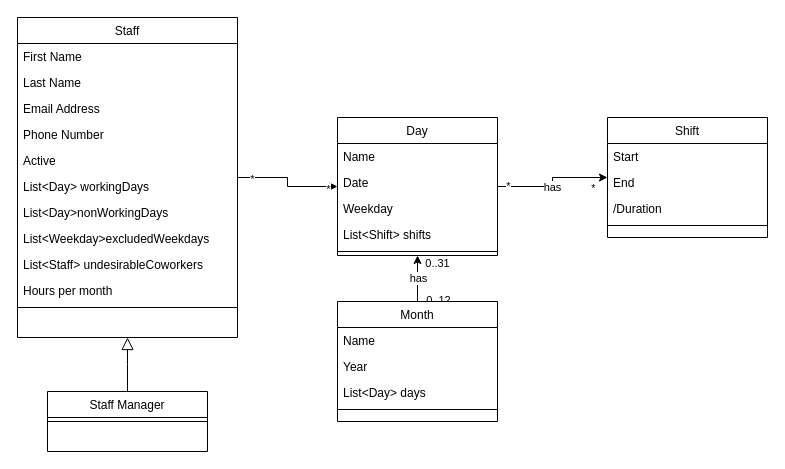
The draw.io diagram Planner.drawio in Henchway/Planner, before the edit. Source tidied: cells renumbered, new cells numbered last; positions are measured from the earlier drawing's top-left corner, leaving out a move shared by most shapes. Both pictures are drawn from the tidied source at 100%, with x=0, y=0 at pixel (17, 17).
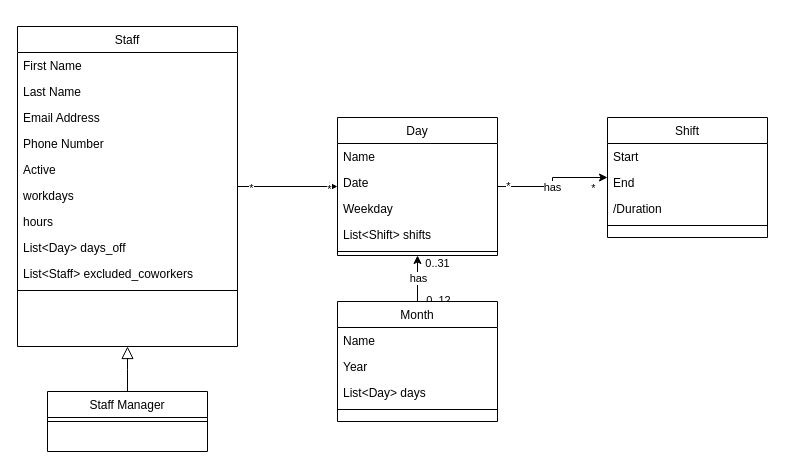
The same page after the edit.

The edit, as a diff of the source:
```diff
@@
     <mxCell id="5" value="Staff" style="swimlane;fontStyle=0;align=center;verticalAlign=top;horizontal=1;startSize=26;rounded=0;shadow=0;strokeWidth=1;" parent="1" vertex="1">
-      <mxGeometry width="220" height="320" as="geometry" />
+      <mxGeometry y="9" width="220" height="320" as="geometry" />
     </mxCell>
@@
-    <mxCell id="11" value="List&lt;Day&gt; workingDays" style="text;align=left;verticalAlign=top;spacingLeft=4;spacingRight=4;overflow=hidden;rounded=0;shadow=0;html=0;" parent="5" vertex="1">
-      <mxGeometry y="156" width="220" height="26" as="geometry" />
-    </mxCell>
+    <mxCell id="13" value="workdays" style="text;align=left;verticalAlign=top;spacingLeft=4;spacingRight=4;overflow=hidden;rounded=0;shadow=0;html=0;" parent="5" vertex="1">
+      <mxGeometry y="156" width="220" height="26" as="geometry" />
+    </mxCell>
+    <mxCell id="15" value="hours" style="text;align=left;verticalAlign=top;spacingLeft=4;spacingRight=4;overflow=hidden;rounded=0;shadow=0;html=0;" parent="5" vertex="1">
+      <mxGeometry y="182" width="220" height="26" as="geometry" />
+    </mxCell>
-    <mxCell id="12" value="List&lt;Day&gt;nonWorkingDays" style="text;align=left;verticalAlign=top;spacingLeft=4;spacingRight=4;overflow=hidden;rounded=0;shadow=0;html=0;" parent="5" vertex="1">
-      <mxGeometry y="182" width="220" height="26" as="geometry" />
+    <mxCell id="12" value="List&lt;Day&gt; days_off" style="text;align=left;verticalAlign=top;spacingLeft=4;spacingRight=4;overflow=hidden;rounded=0;shadow=0;html=0;" parent="5" vertex="1">
+      <mxGeometry y="208" width="220" height="26" as="geometry" />
     </mxCell>
-    <mxCell id="13" value="List&lt;Weekday&gt;excludedWeekdays" style="text;align=left;verticalAlign=top;spacingLeft=4;spacingRight=4;overflow=hidden;rounded=0;shadow=0;html=0;" parent="5" vertex="1">
-      <mxGeometry y="208" width="220" height="26" as="geometry" />
-    </mxCell>
-    <mxCell id="14" value="List&lt;Staff&gt; undesirableCoworkers" style="text;align=left;verticalAlign=top;spacingLeft=4;spacingRight=4;overflow=hidden;rounded=0;shadow=0;html=0;" parent="5" vertex="1">
+    <mxCell id="14" value="List&lt;Staff&gt; excluded_coworkers" style="text;align=left;verticalAlign=top;spacingLeft=4;spacingRight=4;overflow=hidden;rounded=0;shadow=0;html=0;" parent="5" vertex="1">
       <mxGeometry y="234" width="220" height="26" as="geometry" />
     </mxCell>
-    <mxCell id="15" value="Hours per month" style="text;align=left;verticalAlign=top;spacingLeft=4;spacingRight=4;overflow=hidden;rounded=0;shadow=0;html=0;" parent="5" vertex="1">
-      <mxGeometry y="260" width="220" height="26" as="geometry" />
-    </mxCell>
     <mxCell id="16" style="line;html=1;strokeWidth=1;align=left;verticalAlign=middle;spacingTop=-1;spacingLeft=3;spacingRight=3;labelPosition=right;" parent="5" vertex="1">
-      <mxGeometry y="286" width="220" height="8" as="geometry" />
+      <mxGeometry y="260" width="220" height="8" as="geometry" />
     </mxCell>
```
